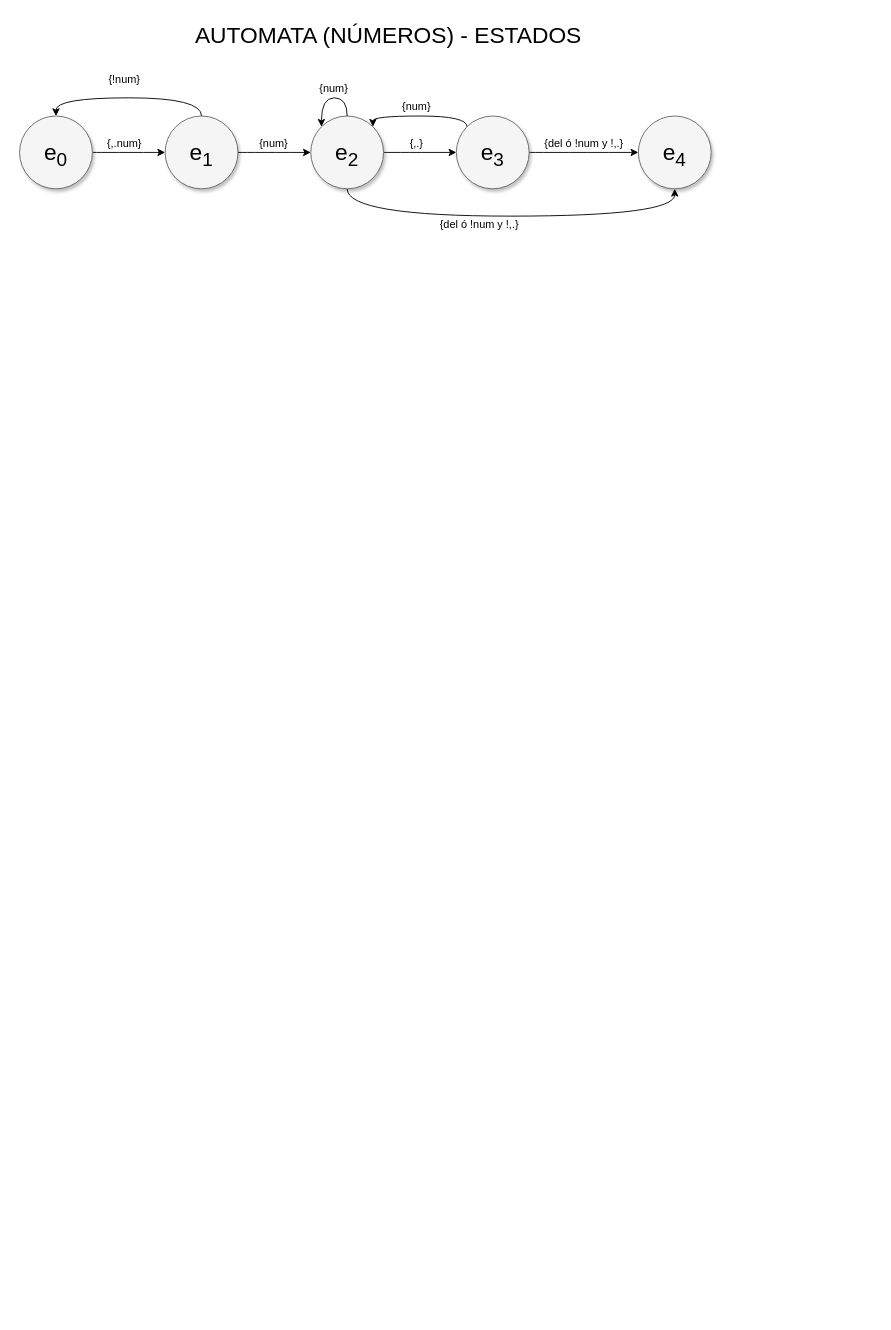
Earlier version of the draw.io diagram page "Números" (3 of 7) of DiagramaAutomata.drawio (ander-db/Tokenizer). Source tidied: cells renumbered, new cells numbered last; positions are measured from the earlier drawing's top-left corner, leaving out a move shared by most shapes. Both pictures are drawn from the tidied source at 91%, with x=0, y=0 at pixel (19, 15).
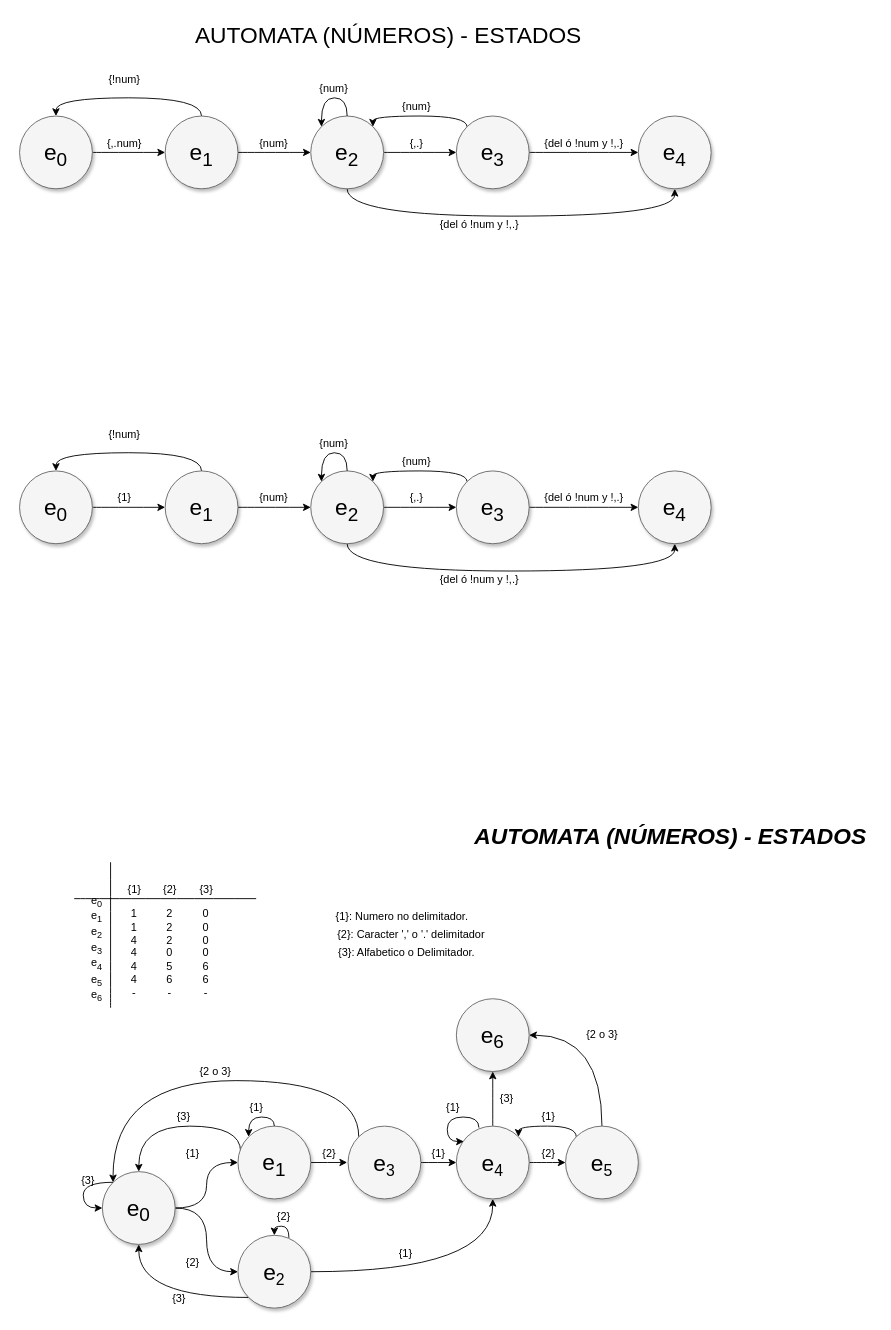
The same page after the edit.

The edit, as a diff of the source:
```diff
@@
+    <mxCell id="24" style="edgeStyle=orthogonalEdgeStyle;curved=1;rounded=0;jettySize=auto;html=1;exitX=1;exitY=0.5;exitDx=0;exitDy=0;fontSize=25;startArrow=none;startFill=0;endArrow=classic;endFill=1;" parent="1" edge="1" source="25" target="29">
+      <mxGeometry relative="1" as="geometry" />
+    </mxCell>
+    <mxCell id="25" value="&lt;span style=&quot;font-size: 25px&quot;&gt;e&lt;sub&gt;0&lt;/sub&gt;&lt;/span&gt;" style="ellipse;whiteSpace=wrap;html=1;rounded=0;shadow=1;strokeColor=#666666;strokeWidth=1;fontSize=30;align=center;fillColor=#f5f5f5;" parent="1" vertex="1">
+      <mxGeometry y="500" width="80" height="80" as="geometry" />
+    </mxCell>
+    <mxCell id="26" value="&lt;i&gt;&lt;b&gt;AUTOMATA (NÚMEROS) - ESTADOS&lt;/b&gt;&lt;/i&gt;" style="text;html=1;align=center;verticalAlign=middle;strokeColor=none;fillColor=none;fontSize=25;" parent="1" vertex="1">
+      <mxGeometry x="490" y="880" width="450" height="40" as="geometry" />
+    </mxCell>
+    <mxCell id="27" style="edgeStyle=orthogonalEdgeStyle;curved=1;rounded=0;jettySize=auto;html=1;exitX=1;exitY=0.5;exitDx=0;exitDy=0;entryX=0;entryY=0.5;entryDx=0;entryDy=0;fontSize=25;startArrow=none;startFill=0;endArrow=classic;endFill=1;" parent="1" edge="1" source="29" target="33">
+      <mxGeometry relative="1" as="geometry" />
+    </mxCell>
+    <mxCell id="28" style="edgeStyle=orthogonalEdgeStyle;curved=1;rounded=0;jettySize=auto;html=1;exitX=0.5;exitY=0;exitDx=0;exitDy=0;entryX=0.5;entryY=0;entryDx=0;entryDy=0;fontSize=25;startArrow=none;startFill=0;endArrow=classic;endFill=1;" parent="1" edge="1" source="29" target="25">
+      <mxGeometry relative="1" as="geometry" />
+    </mxCell>
+    <mxCell id="29" value="&lt;span style=&quot;font-size: 25px&quot;&gt;e&lt;sub&gt;1&lt;/sub&gt;&lt;/span&gt;" style="ellipse;whiteSpace=wrap;html=1;rounded=0;shadow=1;strokeColor=#666666;strokeWidth=1;fontSize=30;align=center;fillColor=#f5f5f5;" parent="1" vertex="1">
+      <mxGeometry x="160" y="500" width="80" height="80" as="geometry" />
+    </mxCell>
+    <mxCell id="30" value="{1}" style="text;html=1;align=center;verticalAlign=middle;strokeColor=none;fillColor=none;fontSize=12;" parent="1" vertex="1">
+      <mxGeometry x="100" y="520" width="30" height="20" as="geometry" />
+    </mxCell>
+    <mxCell id="31" style="edgeStyle=orthogonalEdgeStyle;curved=1;rounded=0;jettySize=auto;html=1;exitX=1;exitY=0.5;exitDx=0;exitDy=0;entryX=0;entryY=0.5;entryDx=0;entryDy=0;fontSize=25;startArrow=none;startFill=0;endArrow=classic;endFill=1;" parent="1" edge="1" source="33" target="38">
+      <mxGeometry relative="1" as="geometry" />
+    </mxCell>
+    <mxCell id="32" style="edgeStyle=orthogonalEdgeStyle;curved=1;rounded=0;jettySize=auto;html=1;exitX=0.5;exitY=1;exitDx=0;exitDy=0;entryX=0.5;entryY=1;entryDx=0;entryDy=0;fontSize=25;startArrow=none;startFill=0;endArrow=classic;endFill=1;" parent="1" edge="1" source="33" target="42">
+      <mxGeometry relative="1" as="geometry">
+        <Array as="points">
+          <mxPoint x="360" y="610" />
+          <mxPoint x="720" y="610" />
+        </Array>
+      </mxGeometry>
+    </mxCell>
+    <mxCell id="33" value="&lt;span style=&quot;font-size: 25px&quot;&gt;e&lt;sub&gt;2&lt;/sub&gt;&lt;/span&gt;" style="ellipse;whiteSpace=wrap;html=1;rounded=0;shadow=1;strokeColor=#666666;strokeWidth=1;fontSize=30;align=center;fillColor=#f5f5f5;" parent="1" vertex="1">
+      <mxGeometry x="320" y="500" width="80" height="80" as="geometry" />
+    </mxCell>
+    <mxCell id="34" value="{num}" style="text;html=1;align=center;verticalAlign=middle;strokeColor=none;fillColor=none;fontSize=12;" parent="1" vertex="1">
+      <mxGeometry x="254" y="520" width="50" height="20" as="geometry" />
+    </mxCell>
+    <mxCell id="35" value="{!num}" style="text;html=1;align=center;verticalAlign=middle;strokeColor=none;fillColor=none;fontSize=12;" parent="1" vertex="1">
+      <mxGeometry x="90" y="450" width="50" height="20" as="geometry" />
+    </mxCell>
+    <mxCell id="36" style="edgeStyle=orthogonalEdgeStyle;curved=1;rounded=0;jettySize=auto;html=1;exitX=1;exitY=0.5;exitDx=0;exitDy=0;entryX=0;entryY=0.5;entryDx=0;entryDy=0;fontSize=25;startArrow=none;startFill=0;endArrow=classic;endFill=1;" parent="1" edge="1" source="38" target="42">
+      <mxGeometry relative="1" as="geometry" />
+    </mxCell>
+    <mxCell id="37" style="edgeStyle=orthogonalEdgeStyle;curved=1;rounded=0;jettySize=auto;html=1;exitX=0;exitY=0;exitDx=0;exitDy=0;entryX=1;entryY=0;entryDx=0;entryDy=0;fontSize=25;startArrow=none;startFill=0;endArrow=classic;endFill=1;" parent="1" edge="1" source="38" target="33">
+      <mxGeometry relative="1" as="geometry">
+        <Array as="points">
+          <mxPoint x="492" y="500" />
+          <mxPoint x="388" y="500" />
+        </Array>
+      </mxGeometry>
+    </mxCell>
+    <mxCell id="38" value="&lt;span style=&quot;font-size: 25px&quot;&gt;e&lt;sub&gt;3&lt;/sub&gt;&lt;/span&gt;" style="ellipse;whiteSpace=wrap;html=1;rounded=0;shadow=1;strokeColor=#666666;strokeWidth=1;fontSize=30;align=center;fillColor=#f5f5f5;" parent="1" vertex="1">
+      <mxGeometry x="480" y="500" width="80" height="80" as="geometry" />
+    </mxCell>
+    <mxCell id="39" value="{,.}" style="text;html=1;align=center;verticalAlign=middle;strokeColor=none;fillColor=none;fontSize=12;" parent="1" vertex="1">
+      <mxGeometry x="421" y="520" width="30" height="20" as="geometry" />
+    </mxCell>
+    <mxCell id="40" style="edgeStyle=orthogonalEdgeStyle;curved=1;rounded=0;orthogonalLoop=1;jettySize=auto;html=1;exitX=0.5;exitY=0;exitDx=0;exitDy=0;entryX=0;entryY=0;entryDx=0;entryDy=0;fontSize=25;startArrow=none;startFill=0;endArrow=classic;endFill=1;" parent="1" edge="1" source="33" target="33">
+      <mxGeometry relative="1" as="geometry">
+        <Array as="points">
+          <mxPoint x="360" y="480" />
+          <mxPoint x="332" y="480" />
+        </Array>
+      </mxGeometry>
+    </mxCell>
+    <mxCell id="41" value="{num}" style="text;html=1;align=center;verticalAlign=middle;strokeColor=none;fillColor=none;fontSize=12;" parent="1" vertex="1">
+      <mxGeometry x="320" y="460" width="50" height="20" as="geometry" />
+    </mxCell>
+    <mxCell id="42" value="&lt;span style=&quot;font-size: 25px&quot;&gt;e&lt;sub&gt;4&lt;/sub&gt;&lt;/span&gt;" style="ellipse;whiteSpace=wrap;html=1;rounded=0;shadow=1;strokeColor=#666666;strokeWidth=1;fontSize=30;align=center;fillColor=#f5f5f5;" parent="1" vertex="1">
+      <mxGeometry x="680" y="500" width="80" height="80" as="geometry" />
+    </mxCell>
+    <mxCell id="43" value="{del ó !num y !,.}" style="text;html=1;align=center;verticalAlign=middle;strokeColor=none;fillColor=none;fontSize=12;" parent="1" vertex="1">
+      <mxGeometry x="455" y="610" width="100" height="20" as="geometry" />
+    </mxCell>
+    <mxCell id="44" value="{del ó !num y !,.}" style="text;html=1;align=center;verticalAlign=middle;strokeColor=none;fillColor=none;fontSize=12;" parent="1" vertex="1">
+      <mxGeometry x="570" y="520" width="100" height="20" as="geometry" />
+    </mxCell>
+    <mxCell id="45" value="{num}" style="text;html=1;align=center;verticalAlign=middle;strokeColor=none;fillColor=none;fontSize=12;" parent="1" vertex="1">
+      <mxGeometry x="411" y="480" width="50" height="20" as="geometry" />
+    </mxCell>
+    <mxCell id="46" style="edgeStyle=orthogonalEdgeStyle;curved=1;rounded=0;jettySize=auto;html=1;exitX=1;exitY=0.5;exitDx=0;exitDy=0;entryX=0;entryY=0.5;entryDx=0;entryDy=0;" parent="1" edge="1" source="48" target="51">
+      <mxGeometry relative="1" as="geometry" />
+    </mxCell>
+    <mxCell id="47" style="edgeStyle=orthogonalEdgeStyle;curved=1;rounded=0;jettySize=auto;html=1;exitX=1;exitY=0.5;exitDx=0;exitDy=0;entryX=0;entryY=0.5;entryDx=0;entryDy=0;" parent="1" edge="1" source="48" target="54">
+      <mxGeometry relative="1" as="geometry" />
+    </mxCell>
+    <mxCell id="48" value="&lt;span style=&quot;font-size: 25px&quot;&gt;e&lt;sub&gt;0&lt;/sub&gt;&lt;/span&gt;" style="ellipse;whiteSpace=wrap;html=1;rounded=0;shadow=1;strokeColor=#666666;strokeWidth=1;fontSize=30;align=center;fillColor=#f5f5f5;" parent="1" vertex="1">
+      <mxGeometry x="91" y="1270" width="80" height="80" as="geometry" />
+    </mxCell>
+    <mxCell id="49" style="edgeStyle=orthogonalEdgeStyle;curved=1;rounded=0;jettySize=auto;html=1;entryX=0.5;entryY=0;entryDx=0;entryDy=0;exitX=0.037;exitY=0.352;exitDx=0;exitDy=0;exitPerimeter=0;" parent="1" edge="1" source="51" target="48">
+      <mxGeometry relative="1" as="geometry">
+        <Array as="points">
+          <mxPoint x="243" y="1220" />
+          <mxPoint x="131" y="1220" />
+        </Array>
+      </mxGeometry>
+    </mxCell>
+    <mxCell id="50" style="edgeStyle=orthogonalEdgeStyle;curved=1;rounded=0;jettySize=auto;html=1;exitX=1;exitY=0.5;exitDx=0;exitDy=0;" parent="1" edge="1" source="51">
+      <mxGeometry relative="1" as="geometry">
+        <mxPoint x="360" y="1259.9" as="targetPoint" />
+      </mxGeometry>
+    </mxCell>
+    <mxCell id="51" value="&lt;span style=&quot;font-size: 25px&quot;&gt;e&lt;sub&gt;1&lt;/sub&gt;&lt;/span&gt;" style="ellipse;whiteSpace=wrap;html=1;rounded=0;shadow=1;strokeColor=#666666;strokeWidth=1;fontSize=30;align=center;fillColor=#f5f5f5;" parent="1" vertex="1">
+      <mxGeometry x="240" y="1220" width="80" height="80" as="geometry" />
+    </mxCell>
+    <mxCell id="52" style="edgeStyle=orthogonalEdgeStyle;curved=1;rounded=0;jettySize=auto;html=1;exitX=0;exitY=1;exitDx=0;exitDy=0;entryX=0.5;entryY=1;entryDx=0;entryDy=0;" parent="1" edge="1" source="54" target="48">
+      <mxGeometry relative="1" as="geometry" />
+    </mxCell>
+    <mxCell id="53" style="edgeStyle=orthogonalEdgeStyle;curved=1;rounded=0;jettySize=auto;html=1;exitX=1;exitY=0.5;exitDx=0;exitDy=0;entryX=0.5;entryY=1;entryDx=0;entryDy=0;" parent="1" edge="1" source="54" target="73">
+      <mxGeometry relative="1" as="geometry" />
+    </mxCell>
+    <mxCell id="54" value="&lt;span style=&quot;font-size: 25px&quot;&gt;e&lt;/span&gt;&lt;span style=&quot;font-size: 20.8333px&quot;&gt;&lt;sub&gt;2&lt;/sub&gt;&lt;/span&gt;" style="ellipse;whiteSpace=wrap;html=1;rounded=0;shadow=1;strokeColor=#666666;strokeWidth=1;fontSize=30;align=center;fillColor=#f5f5f5;" parent="1" vertex="1">
+      <mxGeometry x="240" y="1340" width="80" height="80" as="geometry" />
+    </mxCell>
+    <mxCell id="55" value="{1}" style="text;html=1;align=center;verticalAlign=middle;strokeColor=none;fillColor=none;fontSize=12;" parent="1" vertex="1">
+      <mxGeometry x="175" y="1240" width="30" height="20" as="geometry" />
+    </mxCell>
+    <mxCell id="56" value="{2}" style="text;html=1;align=center;verticalAlign=middle;strokeColor=none;fillColor=none;fontSize=12;" parent="1" vertex="1">
+      <mxGeometry x="175" y="1360" width="30" height="20" as="geometry" />
+    </mxCell>
+    <mxCell id="57" value="{1}" style="text;html=1;align=center;verticalAlign=middle;strokeColor=none;fillColor=none;fontSize=12;" parent="1" vertex="1">
+      <mxGeometry x="245" y="1190" width="30" height="20" as="geometry" />
+    </mxCell>
+    <mxCell id="58" style="edgeStyle=orthogonalEdgeStyle;curved=1;rounded=0;orthogonalLoop=1;jettySize=auto;html=1;exitX=0.7;exitY=0.034;exitDx=0;exitDy=0;entryX=0.5;entryY=0;entryDx=0;entryDy=0;exitPerimeter=0;" parent="1" edge="1" source="54" target="54">
+      <mxGeometry relative="1" as="geometry">
+        <Array as="points">
+          <mxPoint x="296" y="1330" />
+          <mxPoint x="280" y="1330" />
+        </Array>
+      </mxGeometry>
+    </mxCell>
+    <mxCell id="59" value="{2}" style="text;html=1;align=center;verticalAlign=middle;strokeColor=none;fillColor=none;fontSize=12;" parent="1" vertex="1">
+      <mxGeometry x="275" y="1310" width="30" height="20" as="geometry" />
+    </mxCell>
+    <mxCell id="60" value="{2}" style="text;html=1;align=center;verticalAlign=middle;strokeColor=none;fillColor=none;fontSize=12;" parent="1" vertex="1">
+      <mxGeometry x="325" y="1240" width="30" height="20" as="geometry" />
+    </mxCell>
+    <mxCell id="61" value="{3}" style="text;html=1;align=center;verticalAlign=middle;strokeColor=none;fillColor=none;fontSize=12;" parent="1" vertex="1">
+      <mxGeometry x="160" y="1400" width="30" height="20" as="geometry" />
+    </mxCell>
+    <mxCell id="62" style="edgeStyle=orthogonalEdgeStyle;curved=1;rounded=0;orthogonalLoop=1;jettySize=auto;html=1;exitX=0;exitY=0;exitDx=0;exitDy=0;entryX=0;entryY=0.5;entryDx=0;entryDy=0;" parent="1" edge="1" source="48" target="48">
+      <mxGeometry relative="1" as="geometry">
+        <Array as="points">
+          <mxPoint x="70" y="1282" />
+          <mxPoint x="70" y="1310" />
+        </Array>
+      </mxGeometry>
+    </mxCell>
+    <mxCell id="63" value="{3}" style="text;html=1;align=center;verticalAlign=middle;strokeColor=none;fillColor=none;fontSize=12;" parent="1" vertex="1">
+      <mxGeometry x="60" y="1270" width="30" height="20" as="geometry" />
+    </mxCell>
+    <mxCell id="64" style="edgeStyle=orthogonalEdgeStyle;curved=1;rounded=0;orthogonalLoop=1;jettySize=auto;html=1;exitX=0.5;exitY=0;exitDx=0;exitDy=0;entryX=0;entryY=0;entryDx=0;entryDy=0;" parent="1" edge="1" source="51" target="51">
+      <mxGeometry relative="1" as="geometry">
+        <Array as="points">
+          <mxPoint x="280" y="1210" />
+          <mxPoint x="252" y="1210" />
+        </Array>
+      </mxGeometry>
+    </mxCell>
+    <mxCell id="65" value="&lt;span style=&quot;font-size: 25px&quot;&gt;e&lt;sub&gt;6&lt;/sub&gt;&lt;/span&gt;" style="ellipse;whiteSpace=wrap;html=1;rounded=0;shadow=1;strokeColor=#666666;strokeWidth=1;fontSize=30;align=center;fillColor=#f5f5f5;" parent="1" vertex="1">
+      <mxGeometry x="480" y="1080" width="80" height="80" as="geometry" />
+    </mxCell>
+    <mxCell id="66" value="{3}" style="text;html=1;align=center;verticalAlign=middle;strokeColor=none;fillColor=none;fontSize=12;" parent="1" vertex="1">
+      <mxGeometry x="165" y="1200" width="30" height="20" as="geometry" />
+    </mxCell>
+    <mxCell id="67" style="edgeStyle=orthogonalEdgeStyle;curved=1;rounded=0;jettySize=auto;html=1;exitX=0;exitY=0;exitDx=0;exitDy=0;entryX=0;entryY=0;entryDx=0;entryDy=0;" parent="1" edge="1" source="69" target="48">
+      <mxGeometry relative="1" as="geometry">
+        <Array as="points">
+          <mxPoint x="373" y="1170" />
+          <mxPoint x="103" y="1170" />
+        </Array>
+      </mxGeometry>
+    </mxCell>
+    <mxCell id="68" style="edgeStyle=orthogonalEdgeStyle;curved=1;rounded=0;jettySize=auto;html=1;exitX=1;exitY=0.5;exitDx=0;exitDy=0;entryX=0;entryY=0.5;entryDx=0;entryDy=0;" parent="1" edge="1" source="69" target="73">
+      <mxGeometry relative="1" as="geometry" />
+    </mxCell>
+    <mxCell id="69" value="&lt;span style=&quot;font-size: 25px&quot;&gt;e&lt;/span&gt;&lt;span style=&quot;font-size: 20.8333px&quot;&gt;&lt;sub&gt;3&lt;/sub&gt;&lt;/span&gt;" style="ellipse;whiteSpace=wrap;html=1;rounded=0;shadow=1;strokeColor=#666666;strokeWidth=1;fontSize=30;align=center;fillColor=#f5f5f5;" parent="1" vertex="1">
+      <mxGeometry x="361" y="1220" width="80" height="80" as="geometry" />
+    </mxCell>
+    <mxCell id="70" value="{2 o 3}" style="text;html=1;align=center;verticalAlign=middle;strokeColor=none;fillColor=none;fontSize=12;" parent="1" vertex="1">
+      <mxGeometry x="190" y="1150" width="50" height="20" as="geometry" />
+    </mxCell>
+    <mxCell id="71" style="edgeStyle=orthogonalEdgeStyle;curved=1;rounded=0;jettySize=auto;html=1;exitX=1;exitY=0.5;exitDx=0;exitDy=0;entryX=0;entryY=0.5;entryDx=0;entryDy=0;" parent="1" edge="1" source="73" target="77">
+      <mxGeometry relative="1" as="geometry" />
+    </mxCell>
+    <mxCell id="72" style="edgeStyle=orthogonalEdgeStyle;curved=1;rounded=0;jettySize=auto;html=1;exitX=0.5;exitY=0;exitDx=0;exitDy=0;entryX=0.5;entryY=1;entryDx=0;entryDy=0;" parent="1" edge="1" source="73" target="65">
+      <mxGeometry relative="1" as="geometry" />
+    </mxCell>
+    <mxCell id="73" value="&lt;span style=&quot;font-size: 25px&quot;&gt;e&lt;/span&gt;&lt;span style=&quot;font-size: 20.8333px&quot;&gt;&lt;sub&gt;4&lt;/sub&gt;&lt;/span&gt;" style="ellipse;whiteSpace=wrap;html=1;rounded=0;shadow=1;strokeColor=#666666;strokeWidth=1;fontSize=30;align=center;fillColor=#f5f5f5;" parent="1" vertex="1">
+      <mxGeometry x="480" y="1220" width="80" height="80" as="geometry" />
+    </mxCell>
+    <mxCell id="74" value="{1}" style="text;html=1;align=center;verticalAlign=middle;strokeColor=none;fillColor=none;fontSize=12;" parent="1" vertex="1">
+      <mxGeometry x="445" y="1240" width="30" height="20" as="geometry" />
+    </mxCell>
+    <mxCell id="75" style="edgeStyle=orthogonalEdgeStyle;curved=1;rounded=0;jettySize=auto;html=1;exitX=0;exitY=0;exitDx=0;exitDy=0;entryX=1;entryY=0;entryDx=0;entryDy=0;" parent="1" edge="1" source="77" target="73">
+      <mxGeometry relative="1" as="geometry">
+        <Array as="points">
+          <mxPoint x="612" y="1220" />
+          <mxPoint x="548" y="1220" />
+        </Array>
+      </mxGeometry>
+    </mxCell>
+    <mxCell id="76" style="edgeStyle=orthogonalEdgeStyle;curved=1;rounded=0;jettySize=auto;html=1;exitX=0.5;exitY=0;exitDx=0;exitDy=0;entryX=1;entryY=0.5;entryDx=0;entryDy=0;" parent="1" edge="1" source="77" target="65">
+      <mxGeometry relative="1" as="geometry" />
+    </mxCell>
+    <mxCell id="77" value="&lt;span style=&quot;font-size: 25px&quot;&gt;e&lt;/span&gt;&lt;span style=&quot;font-size: 20.8333px&quot;&gt;&lt;sub&gt;5&lt;/sub&gt;&lt;/span&gt;" style="ellipse;whiteSpace=wrap;html=1;rounded=0;shadow=1;strokeColor=#666666;strokeWidth=1;fontSize=30;align=center;fillColor=#f5f5f5;" parent="1" vertex="1">
+      <mxGeometry x="600" y="1220" width="80" height="80" as="geometry" />
+    </mxCell>
+    <mxCell id="78" value="{2}" style="text;html=1;align=center;verticalAlign=middle;strokeColor=none;fillColor=none;fontSize=12;" parent="1" vertex="1">
+      <mxGeometry x="566" y="1240" width="30" height="20" as="geometry" />
+    </mxCell>
+    <mxCell id="79" value="{1}" style="text;html=1;align=center;verticalAlign=middle;strokeColor=none;fillColor=none;fontSize=12;" parent="1" vertex="1">
+      <mxGeometry x="566" y="1200" width="30" height="20" as="geometry" />
+    </mxCell>
+    <mxCell id="80" value="{3}" style="text;html=1;align=center;verticalAlign=middle;strokeColor=none;fillColor=none;fontSize=12;" parent="1" vertex="1">
+      <mxGeometry x="520" y="1180" width="30" height="20" as="geometry" />
+    </mxCell>
+    <mxCell id="81" style="edgeStyle=orthogonalEdgeStyle;curved=1;rounded=0;orthogonalLoop=1;jettySize=auto;html=1;exitX=0.31;exitY=0.021;exitDx=0;exitDy=0;entryX=0.103;entryY=0.212;entryDx=0;entryDy=0;entryPerimeter=0;exitPerimeter=0;" parent="1" edge="1" source="73" target="73">
+      <mxGeometry relative="1" as="geometry">
+        <Array as="points">
+          <mxPoint x="505" y="1210" />
+          <mxPoint x="470" y="1210" />
+          <mxPoint x="470" y="1237" />
+        </Array>
+      </mxGeometry>
+    </mxCell>
+    <mxCell id="82" value="{1}" style="text;html=1;align=center;verticalAlign=middle;strokeColor=none;fillColor=none;fontSize=12;" parent="1" vertex="1">
+      <mxGeometry x="461" y="1190" width="30" height="20" as="geometry" />
+    </mxCell>
+    <mxCell id="83" value="{1}" style="text;html=1;align=center;verticalAlign=middle;strokeColor=none;fillColor=none;fontSize=12;" parent="1" vertex="1">
+      <mxGeometry x="409" y="1350" width="30" height="20" as="geometry" />
+    </mxCell>
+    <mxCell id="84" value="{2 o 3}" style="text;html=1;align=center;verticalAlign=middle;strokeColor=none;fillColor=none;fontSize=12;" parent="1" vertex="1">
+      <mxGeometry x="615" y="1110" width="50" height="20" as="geometry" />
+    </mxCell>
+    <mxCell id="85" value="e&lt;sub&gt;0&lt;/sub&gt;&lt;br&gt;e&lt;sub&gt;1&lt;/sub&gt;&lt;br&gt;e&lt;sub&gt;2&lt;/sub&gt;&lt;br&gt;e&lt;sub&gt;3&lt;/sub&gt;&lt;br&gt;e&lt;sub&gt;4&lt;/sub&gt;&lt;br&gt;e&lt;sub&gt;5&lt;/sub&gt;&lt;br&gt;e&lt;sub&gt;6&lt;/sub&gt;" style="text;html=1;strokeColor=none;fillColor=none;align=center;verticalAlign=middle;whiteSpace=wrap;rounded=0;" parent="1" vertex="1">
+      <mxGeometry x="70" y="970" width="30" height="110" as="geometry" />
+    </mxCell>
+    <mxCell id="86" style="endArrow=none;html=1;rounded=0;curved=1;" parent="1" edge="1">
+      <mxGeometry relative="1" as="geometry">
+        <mxPoint x="60" y="970" as="sourcePoint" />
+        <mxPoint x="260" y="970" as="targetPoint" />
+      </mxGeometry>
+    </mxCell>
+    <mxCell id="87" value="1&lt;br&gt;1&lt;br&gt;4&lt;br&gt;4&lt;br&gt;4&lt;br&gt;4&lt;br&gt;-" style="text;html=1;strokeColor=none;fillColor=none;align=center;verticalAlign=middle;whiteSpace=wrap;rounded=0;" parent="1" vertex="1">
+      <mxGeometry x="111" y="970" width="30" height="120" as="geometry" />
+    </mxCell>
+    <mxCell id="88" style="endArrow=none;html=1;rounded=0;curved=1;" parent="1" edge="1">
+      <mxGeometry relative="1" as="geometry">
+        <mxPoint x="100" y="1090" as="sourcePoint" />
+        <mxPoint x="100" y="930" as="targetPoint" />
+      </mxGeometry>
+    </mxCell>
+    <mxCell id="89" value="2&lt;br&gt;2&lt;br&gt;2&lt;br&gt;0&lt;br&gt;5&lt;br&gt;6&lt;br&gt;-" style="text;html=1;strokeColor=none;fillColor=none;align=center;verticalAlign=middle;whiteSpace=wrap;rounded=0;" parent="1" vertex="1">
+      <mxGeometry x="150" y="970" width="30" height="120" as="geometry" />
+    </mxCell>
+    <mxCell id="90" value="{1}" style="text;html=1;align=center;verticalAlign=middle;strokeColor=none;fillColor=none;" parent="1" vertex="1">
+      <mxGeometry x="111" y="950" width="30" height="20" as="geometry" />
+    </mxCell>
+    <mxCell id="91" value="{2}" style="text;html=1;align=center;verticalAlign=middle;strokeColor=none;fillColor=none;" parent="1" vertex="1">
+      <mxGeometry x="150" y="950" width="30" height="20" as="geometry" />
+    </mxCell>
+    <mxCell id="92" value="{1}: Numero no delimitador." style="text;html=1;align=center;verticalAlign=middle;strokeColor=none;fillColor=none;" parent="1" vertex="1">
+      <mxGeometry x="340" y="980" width="160" height="20" as="geometry" />
+    </mxCell>
+    <mxCell id="93" value="{2}: Caracter ',' o '.' delimitador" style="text;html=1;align=center;verticalAlign=middle;strokeColor=none;fillColor=none;" parent="1" vertex="1">
+      <mxGeometry x="340" y="1000" width="180" height="20" as="geometry" />
+    </mxCell>
+    <mxCell id="94" value="{3}: Alfabetico o Delimitador." style="text;html=1;align=center;verticalAlign=middle;strokeColor=none;fillColor=none;" parent="1" vertex="1">
+      <mxGeometry x="340" y="1020" width="170" height="20" as="geometry" />
+    </mxCell>
+    <mxCell id="95" value="0&lt;br&gt;0&lt;br&gt;0&lt;br&gt;0&lt;br&gt;6&lt;br&gt;6&lt;br&gt;-" style="text;html=1;strokeColor=none;fillColor=none;align=center;verticalAlign=middle;whiteSpace=wrap;rounded=0;" parent="1" vertex="1">
+      <mxGeometry x="190" y="970" width="30" height="120" as="geometry" />
+    </mxCell>
+    <mxCell id="96" value="{3}" style="text;html=1;align=center;verticalAlign=middle;strokeColor=none;fillColor=none;" parent="1" vertex="1">
+      <mxGeometry x="190" y="950" width="30" height="20" as="geometry" />
+    </mxCell>
```
